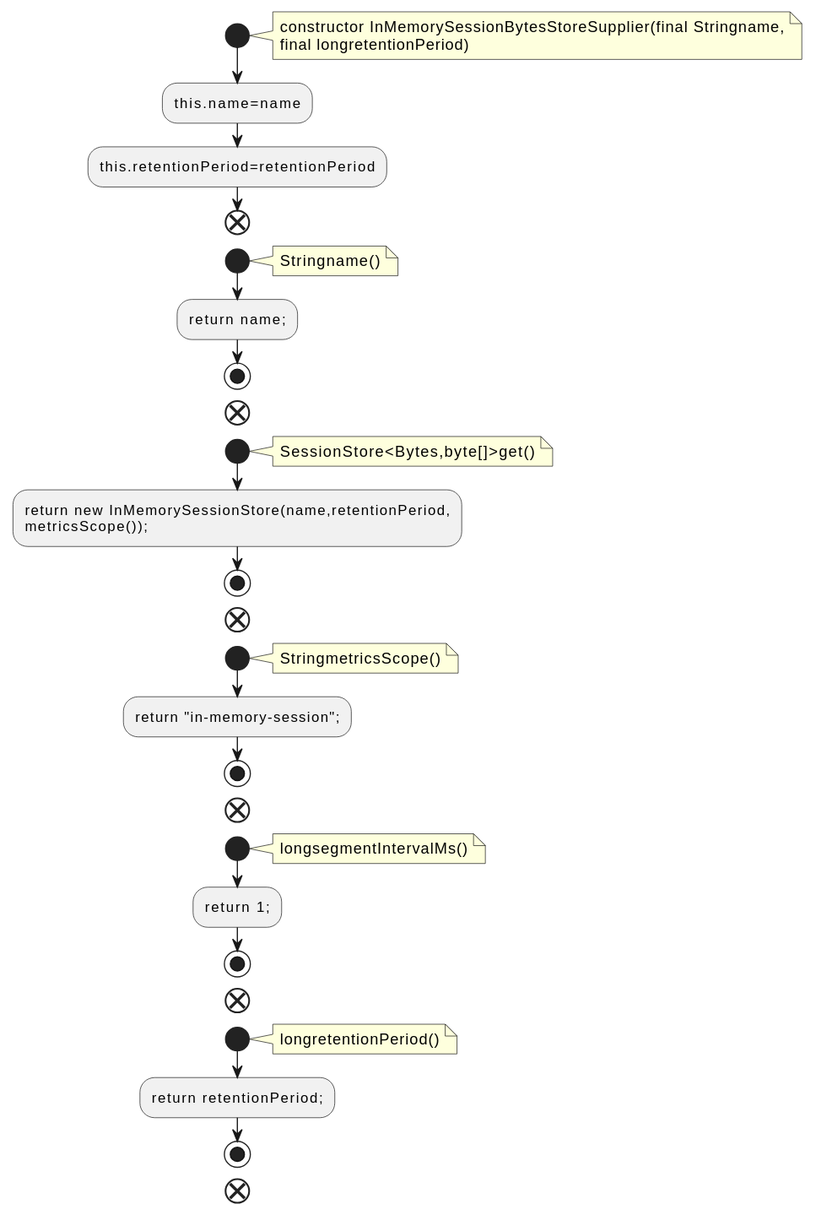
Earlier version of the PlantUML export docs/qc/streams/src/main/java/org/apache/kafka/streams/state/internals/InMemorySessionBytesStoreSupplier.java.fct.svg (qualitesys/kafka).
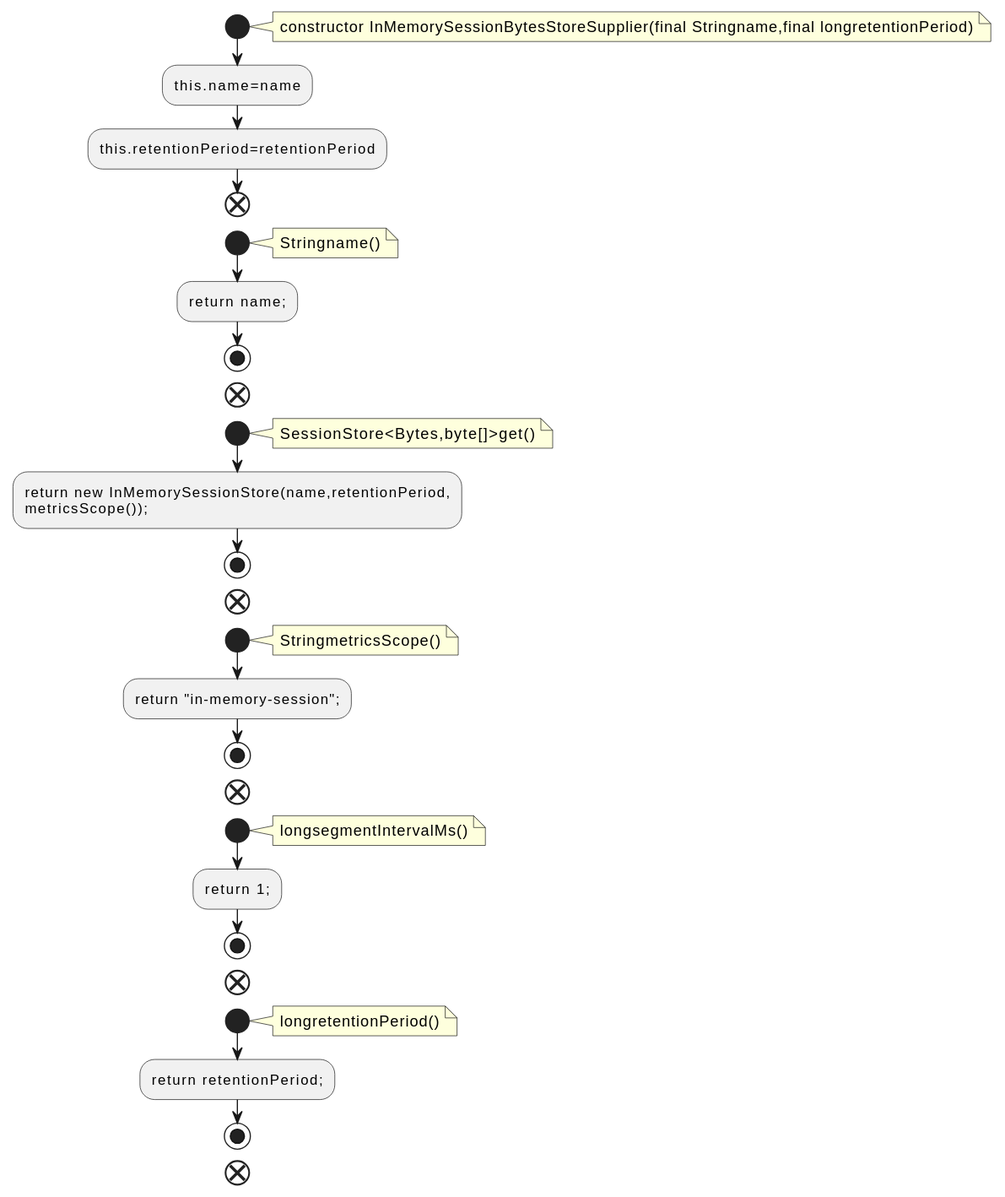
The same diagram one commit later.

What changed in the source:
```diff
@@ -2,8 +2,7 @@
 !pragma layout smetana
 start
 note right
-constructor InMemorySessionBytesStoreSupplier(final Stringname,
-final longretentionPeriod)
+constructor InMemorySessionBytesStoreSupplier(final Stringname,final longretentionPeriod)
 end note
 :this.name=name;
 :this.retentionPeriod=retentionPeriod;
```
